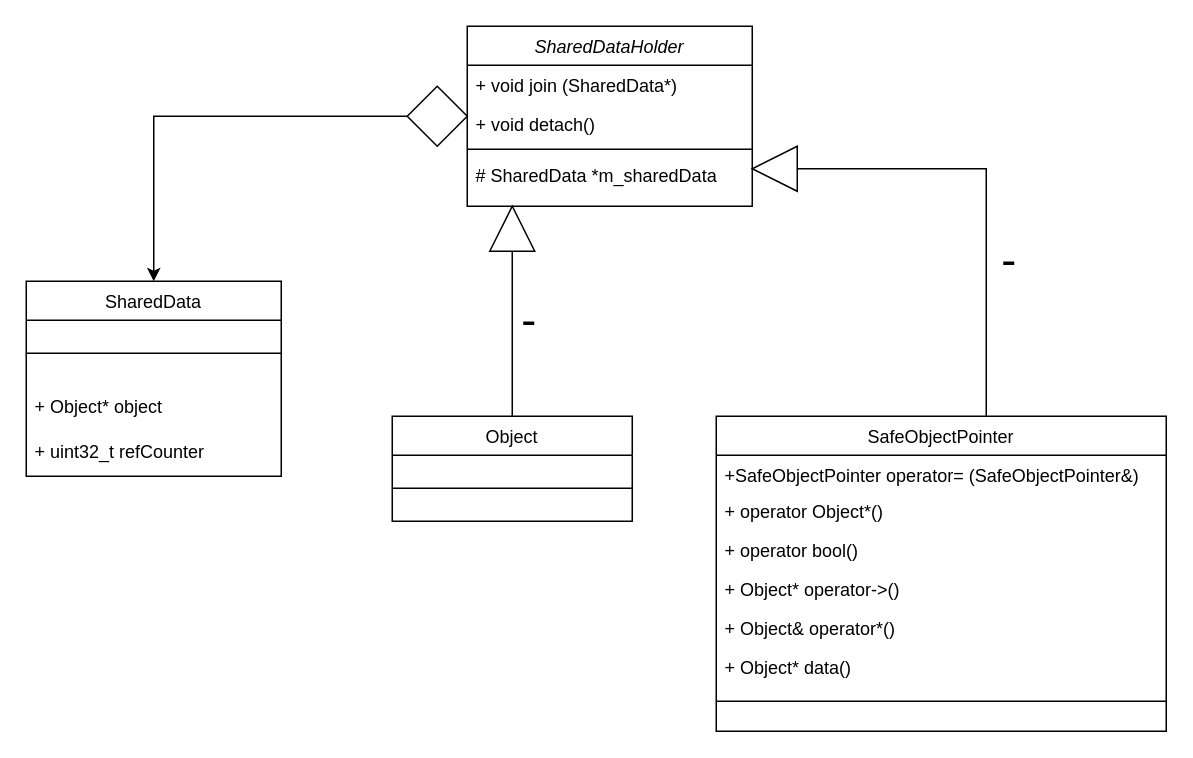
Earlier version of the draw.io diagram Object.drawio (dsaa27/prosoftschool2022). Source tidied: cells renumbered, new cells numbered last; positions are measured from the earlier drawing's top-left corner, leaving out a move shared by most shapes. Both pictures are drawn from the tidied source at 150%, with x=0, y=0 at pixel (26, 26).
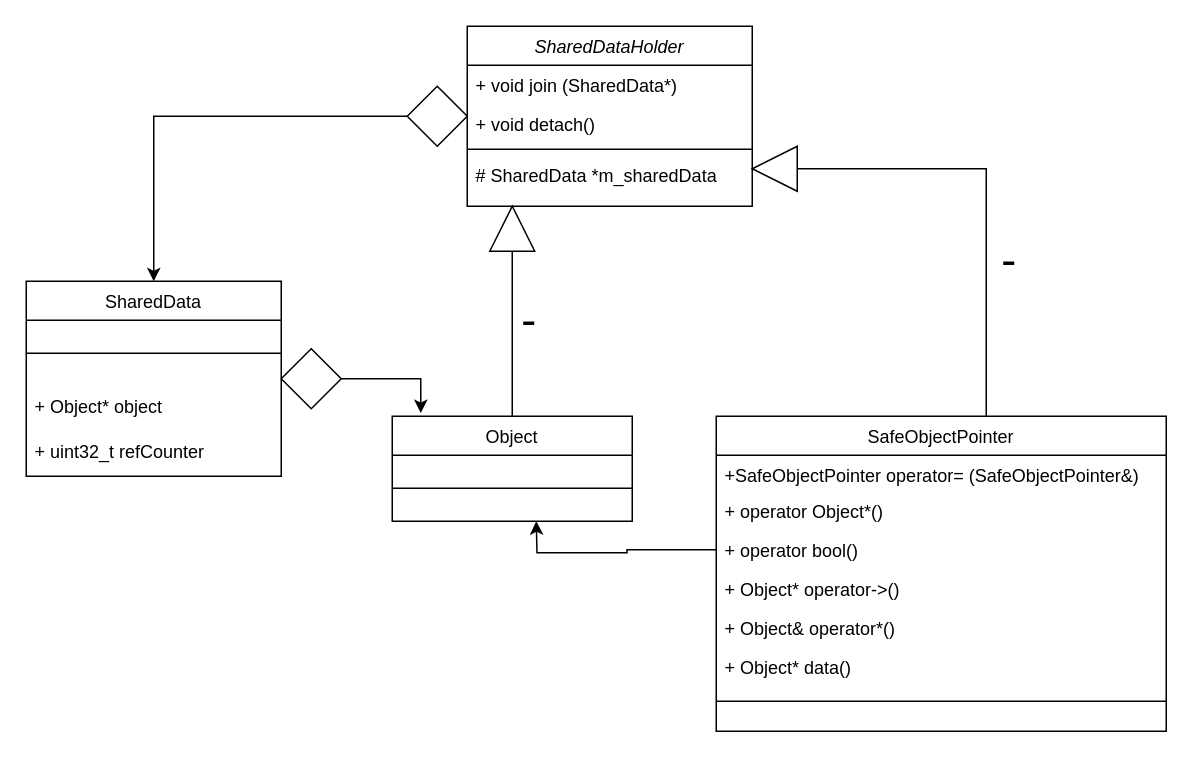
After the change.

Commit message:
correct mistakes in Object drawing

The change refers to these unchanged cells:
```xml
<mxCell id="10" value="+ operator bool()" style="text;align=left;verticalAlign=top;spacingLeft=4;spacingRight=4;overflow=hidden;points=[[0,0.5],[1,0.5]];portConstraint=eastwest;rounded=0;shadow=0;html=0;" parent="7" vertex="1">
  <mxGeometry y="76" width="300" height="26" as="geometry" />
</mxCell>
<mxCell id="15" value="Object" style="swimlane;fontStyle=0;align=center;verticalAlign=top;horizontal=1;startSize=26;rounded=0;shadow=0;strokeWidth=1;" parent="1" vertex="1">
  <mxGeometry x="244" y="260" width="160" height="70" as="geometry" />
</mxCell>
```

Change to the diagram source:
```diff
@@
+    <mxCell id="29" style="edgeStyle=orthogonalEdgeStyle;rounded=0;jettySize=auto;html=1;exitX=1;exitY=0.5;exitDx=0;exitDy=0;entryX=0.119;entryY=-0.031;entryDx=0;entryDy=0;entryPerimeter=0;" parent="1" edge="1" source="30" target="15">
+      <mxGeometry relative="1" as="geometry" />
+    </mxCell>
+    <mxCell id="30" style="rhombus;whiteSpace=wrap;html=1;fontSize=12;" parent="1" vertex="1">
+      <mxGeometry x="170" y="215" width="40" height="40" as="geometry" />
+    </mxCell>
+    <mxCell id="31" style="edgeStyle=orthogonalEdgeStyle;rounded=0;jettySize=auto;html=1;" parent="1" edge="1" source="10">
+      <mxGeometry relative="1" as="geometry">
+        <mxPoint x="340" y="330" as="targetPoint" />
+      </mxGeometry>
+    </mxCell>
```
